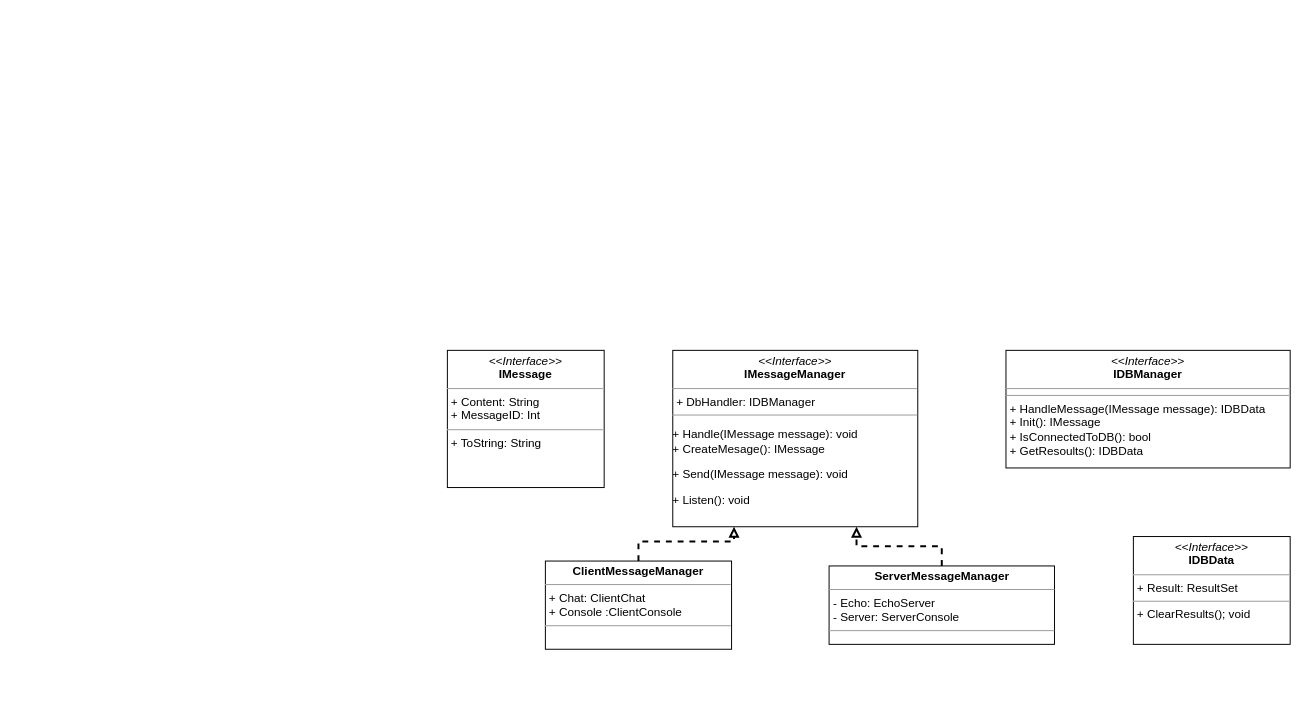
Earlier version of the draw.io diagram Task2/AllClasses.drawio (leeorkeynan/Software-engineering). Source tidied: cells renumbered, new cells numbered last; positions are measured from the earlier drawing's top-left corner, leaving out a move shared by most shapes. Both pictures are drawn from the tidied source at 98%, with x=0, y=0 at pixel (447, 350).
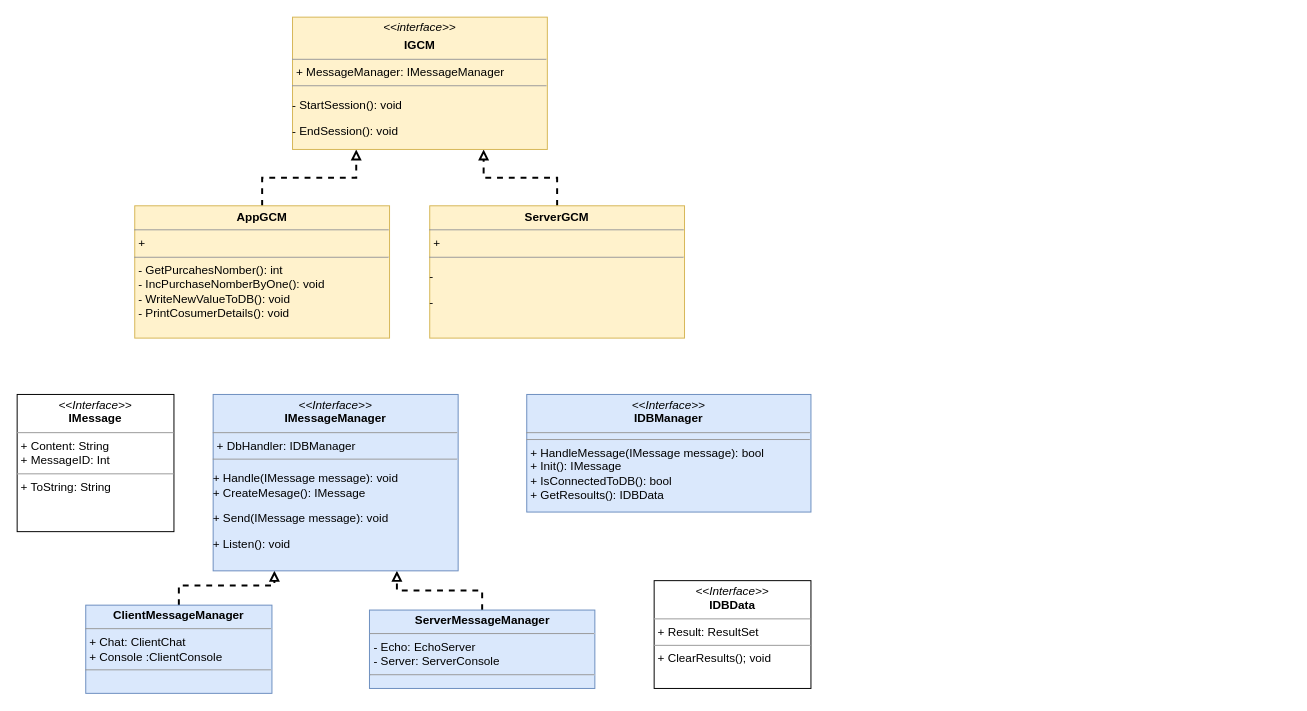
The same diagram, later.

Commit message (it also covers changes not shown here):
update - with Boundry Objects

Diff of the diagram source:
```diff
@@
 <mxGraphModel>
   <root>
     <mxCell id="0" />
     <mxCell id="1" parent="0" />
     <mxCell id="2" style="edgeStyle=orthogonalEdgeStyle;rounded=0;jettySize=auto;html=1;entryX=0.25;entryY=1;entryDx=0;entryDy=0;exitX=0.5;exitY=0;exitDx=0;exitDy=0;endArrow=block;endFill=0;dashed=1;strokeWidth=2;" parent="1" edge="1" source="5" target="9">
       <mxGeometry relative="1" as="geometry" />
     </mxCell>
     <mxCell id="3" style="edgeStyle=orthogonalEdgeStyle;rounded=0;jettySize=auto;html=1;entryX=0.75;entryY=1;entryDx=0;entryDy=0;endArrow=block;endFill=0;dashed=1;strokeWidth=2;" parent="1" edge="1" source="4" target="9">
       <mxGeometry relative="1" as="geometry" />
     </mxCell>
-    <mxCell id="4" value="&lt;p style=&quot;margin: 0px ; margin-top: 4px ; text-align: center&quot;&gt;&lt;b&gt;ServerMessageManager&lt;/b&gt;&lt;/p&gt;&lt;hr size=&quot;1&quot;&gt;&lt;p style=&quot;margin: 0px ; margin-left: 4px&quot;&gt;- Echo: EchoServer&lt;br&gt;&lt;/p&gt;&lt;p style=&quot;margin: 0px ; margin-left: 4px&quot;&gt;- Server: ServerConsole&lt;/p&gt;&lt;hr size=&quot;1&quot;&gt;" style="verticalAlign=top;align=left;overflow=fill;fontSize=12;fontFamily=Helvetica;html=1;" parent="1" vertex="1">
-      <mxGeometry x="389.5" y="220" width="230" height="80" as="geometry" />
+    <mxCell id="4" value="&lt;p style=&quot;margin: 0px ; margin-top: 4px ; text-align: center&quot;&gt;&lt;b&gt;ServerMessageManager&lt;/b&gt;&lt;/p&gt;&lt;hr size=&quot;1&quot;&gt;&lt;p style=&quot;margin: 0px ; margin-left: 4px&quot;&gt;- Echo: EchoServer&lt;br&gt;&lt;/p&gt;&lt;p style=&quot;margin: 0px ; margin-left: 4px&quot;&gt;- Server: ServerConsole&lt;/p&gt;&lt;hr size=&quot;1&quot;&gt;" style="verticalAlign=top;align=left;overflow=fill;fontSize=12;fontFamily=Helvetica;html=1;fillColor=#dae8fc;strokeColor=#6c8ebf;" parent="1" vertex="1">
+      <mxGeometry x="-79.5" y="265" width="230" height="80" as="geometry" />
     </mxCell>
-    <mxCell id="5" value="&lt;p style=&quot;margin: 0px ; margin-top: 4px ; text-align: center&quot;&gt;&lt;b&gt;ClientMessageManager&lt;/b&gt;&lt;br&gt;&lt;/p&gt;&lt;hr size=&quot;1&quot;&gt;&lt;p style=&quot;margin: 0px ; margin-left: 4px&quot;&gt;+ Chat: ClientChat&lt;/p&gt;&lt;p style=&quot;margin: 0px ; margin-left: 4px&quot;&gt;+ Console :ClientConsole&lt;br&gt;&lt;/p&gt;&lt;hr size=&quot;1&quot;&gt;&lt;p style=&quot;margin: 0px ; margin-left: 4px&quot;&gt;&lt;br&gt;&lt;/p&gt;" style="verticalAlign=top;align=left;overflow=fill;fontSize=12;fontFamily=Helvetica;html=1;" parent="1" vertex="1">
-      <mxGeometry x="100" y="215" width="190" height="90" as="geometry" />
+    <mxCell id="5" value="&lt;p style=&quot;margin: 0px ; margin-top: 4px ; text-align: center&quot;&gt;&lt;b&gt;ClientMessageManager&lt;/b&gt;&lt;br&gt;&lt;/p&gt;&lt;hr size=&quot;1&quot;&gt;&lt;p style=&quot;margin: 0px ; margin-left: 4px&quot;&gt;+ Chat: ClientChat&lt;/p&gt;&lt;p style=&quot;margin: 0px ; margin-left: 4px&quot;&gt;+ Console :ClientConsole&lt;br&gt;&lt;/p&gt;&lt;hr size=&quot;1&quot;&gt;&lt;p style=&quot;margin: 0px ; margin-left: 4px&quot;&gt;&lt;br&gt;&lt;/p&gt;" style="verticalAlign=top;align=left;overflow=fill;fontSize=12;fontFamily=Helvetica;html=1;fillColor=#dae8fc;strokeColor=#6c8ebf;" parent="1" vertex="1">
+      <mxGeometry x="-369" y="260" width="190" height="90" as="geometry" />
     </mxCell>
     <mxCell id="6" value="&lt;p style=&quot;margin: 0px ; margin-top: 4px ; text-align: center&quot;&gt;&lt;i&gt;&amp;lt;&amp;lt;Interface&amp;gt;&amp;gt;&lt;/i&gt;&lt;br&gt;&lt;b&gt;IMessage&lt;/b&gt;&lt;/p&gt;&lt;hr size=&quot;1&quot;&gt;&lt;p style=&quot;margin: 0px ; margin-left: 4px&quot;&gt;+ Content: String&lt;br&gt;+ MessageID: Int&lt;/p&gt;&lt;hr size=&quot;1&quot;&gt;&lt;p style=&quot;margin: 0px ; margin-left: 4px&quot;&gt;+ ToString: String&lt;/p&gt;" style="verticalAlign=top;align=left;overflow=fill;fontSize=12;fontFamily=Helvetica;html=1;" parent="1" vertex="1">
-      <mxGeometry width="160" height="140" as="geometry" />
+      <mxGeometry x="-439" y="45" width="160" height="140" as="geometry" />
     </mxCell>
-    <mxCell id="7" value="&lt;p style=&quot;margin: 0px ; margin-top: 4px ; text-align: center&quot;&gt;&lt;i&gt;&amp;lt;&amp;lt;Interface&amp;gt;&amp;gt;&lt;/i&gt;&lt;br&gt;&lt;b&gt;IDBManager&lt;/b&gt;&lt;/p&gt;&lt;hr size=&quot;1&quot;&gt;&lt;hr size=&quot;1&quot;&gt;&lt;p style=&quot;margin: 0px ; margin-left: 4px&quot;&gt;+ HandleMessage(IMessage message): IDBData&lt;br&gt;+ Init(): IMessage&lt;/p&gt;&lt;p style=&quot;margin: 0px ; margin-left: 4px&quot;&gt;+ IsConnectedToDB(): bool&lt;/p&gt;&lt;p style=&quot;margin: 0px ; margin-left: 4px&quot;&gt;+ GetResoults(): IDBData&lt;br&gt;&lt;/p&gt;" style="verticalAlign=top;align=left;overflow=fill;fontSize=12;fontFamily=Helvetica;html=1;" parent="1" vertex="1">
-      <mxGeometry x="570" width="290" height="120" as="geometry" />
+    <mxCell id="7" value="&lt;p style=&quot;margin: 0px ; margin-top: 4px ; text-align: center&quot;&gt;&lt;i&gt;&amp;lt;&amp;lt;Interface&amp;gt;&amp;gt;&lt;/i&gt;&lt;br&gt;&lt;b&gt;IDBManager&lt;/b&gt;&lt;/p&gt;&lt;hr size=&quot;1&quot;&gt;&lt;hr size=&quot;1&quot;&gt;&lt;p style=&quot;margin: 0px ; margin-left: 4px&quot;&gt;+ HandleMessage(IMessage message): bool&lt;br&gt;+ Init(): IMessage&lt;/p&gt;&lt;p style=&quot;margin: 0px ; margin-left: 4px&quot;&gt;+ IsConnectedToDB(): bool&lt;/p&gt;&lt;p style=&quot;margin: 0px ; margin-left: 4px&quot;&gt;+ GetResoults(): IDBData&lt;br&gt;&lt;/p&gt;" style="verticalAlign=top;align=left;overflow=fill;fontSize=12;fontFamily=Helvetica;html=1;fillColor=#dae8fc;strokeColor=#6c8ebf;" parent="1" vertex="1">
+      <mxGeometry x="81" y="45" width="290" height="120" as="geometry" />
     </mxCell>
     <mxCell id="8" value="&lt;p style=&quot;margin: 0px ; margin-top: 4px ; text-align: center&quot;&gt;&lt;i&gt;&amp;lt;&amp;lt;Interface&amp;gt;&amp;gt;&lt;/i&gt;&lt;br&gt;&lt;b&gt;IDBData&lt;/b&gt;&lt;/p&gt;&lt;hr size=&quot;1&quot;&gt;&lt;p style=&quot;margin: 0px ; margin-left: 4px&quot;&gt;+ Result: ResultSet&lt;/p&gt;&lt;hr size=&quot;1&quot;&gt;&lt;p style=&quot;margin: 0px ; margin-left: 4px&quot;&gt;+ ClearResults(); void&lt;/p&gt;&lt;p style=&quot;margin: 0px ; margin-left: 4px&quot;&gt;&lt;br&gt;&lt;/p&gt;" style="verticalAlign=top;align=left;overflow=fill;fontSize=12;fontFamily=Helvetica;html=1;" parent="1" vertex="1">
-      <mxGeometry x="700" y="190" width="160" height="110" as="geometry" />
+      <mxGeometry x="211" y="235" width="160" height="110" as="geometry" />
     </mxCell>
-    <mxCell id="9" value="&lt;p style=&quot;margin: 0px ; margin-top: 4px ; text-align: center&quot;&gt;&lt;i&gt;&amp;lt;&amp;lt;Interface&amp;gt;&amp;gt;&lt;/i&gt;&lt;br&gt;&lt;b&gt;IMessageManager&lt;/b&gt;&lt;/p&gt;&lt;hr size=&quot;1&quot;&gt;&lt;p style=&quot;margin: 0px ; margin-left: 4px&quot;&gt;+ DbHandler: IDBManager&lt;br&gt;&lt;/p&gt;&lt;hr size=&quot;1&quot;&gt;&lt;p&gt;+ Handle(IMessage message): void&lt;br&gt;+ CreateMesage(): IMessage&lt;/p&gt;&lt;p&gt;+ Send(IMessage message): void&lt;/p&gt;&lt;p&gt;+ Listen(): void&lt;/p&gt;&lt;p&gt;&lt;br&gt;&lt;/p&gt;" style="verticalAlign=top;align=left;overflow=fill;fontSize=12;fontFamily=Helvetica;html=1;" parent="1" vertex="1">
-      <mxGeometry x="230" width="250" height="180" as="geometry" />
+    <mxCell id="9" value="&lt;p style=&quot;margin: 0px ; margin-top: 4px ; text-align: center&quot;&gt;&lt;i&gt;&amp;lt;&amp;lt;Interface&amp;gt;&amp;gt;&lt;/i&gt;&lt;br&gt;&lt;b&gt;IMessageManager&lt;/b&gt;&lt;/p&gt;&lt;hr size=&quot;1&quot;&gt;&lt;p style=&quot;margin: 0px ; margin-left: 4px&quot;&gt;+ DbHandler: IDBManager&lt;br&gt;&lt;/p&gt;&lt;hr size=&quot;1&quot;&gt;&lt;p&gt;+ Handle(IMessage message): void&lt;br&gt;+ CreateMesage(): IMessage&lt;/p&gt;&lt;p&gt;+ Send(IMessage message): void&lt;/p&gt;&lt;p&gt;+ Listen(): void&lt;/p&gt;&lt;p&gt;&lt;br&gt;&lt;/p&gt;" style="verticalAlign=top;align=left;overflow=fill;fontSize=12;fontFamily=Helvetica;html=1;fillColor=#dae8fc;strokeColor=#6c8ebf;" parent="1" vertex="1">
+      <mxGeometry x="-239" y="45" width="250" height="180" as="geometry" />
     </mxCell>
+    <mxCell id="10" style="edgeStyle=orthogonalEdgeStyle;rounded=0;jettySize=auto;html=1;exitX=0.5;exitY=0;exitDx=0;exitDy=0;entryX=0.25;entryY=1;entryDx=0;entryDy=0;dashed=1;endArrow=block;endFill=0;strokeWidth=2;" parent="1" edge="1" source="11" target="14">
+      <mxGeometry relative="1" as="geometry" />
+    </mxCell>
+    <mxCell id="11" value="&lt;p style=&quot;margin: 0px ; margin-top: 4px ; text-align: center&quot;&gt;&lt;b&gt;AppGCM&lt;/b&gt;&lt;br&gt;&lt;/p&gt;&lt;hr size=&quot;1&quot;&gt;&lt;p style=&quot;margin: 0px ; margin-left: 4px&quot;&gt;+&lt;br&gt;&lt;/p&gt;&lt;hr size=&quot;1&quot;&gt;&lt;p style=&quot;margin: 0px ; margin-left: 4px&quot;&gt;- GetPurcahesNomber(): int&lt;br&gt;&lt;/p&gt;&lt;p style=&quot;margin: 0px ; margin-left: 4px&quot;&gt;- IncPurchaseNomberByOne(): void&lt;/p&gt;&lt;p style=&quot;margin: 0px ; margin-left: 4px&quot;&gt;- WriteNewValueToDB(): void&lt;/p&gt;&lt;p style=&quot;margin: 0px ; margin-left: 4px&quot;&gt;- PrintCosumerDetails(): void&lt;br&gt;&lt;/p&gt;" style="verticalAlign=top;align=left;overflow=fill;fontSize=12;fontFamily=Helvetica;html=1;fillColor=#fff2cc;strokeColor=#d6b656;" parent="1" vertex="1">
+      <mxGeometry x="-319" y="-147.5" width="260" height="135" as="geometry" />
+    </mxCell>
+    <mxCell id="12" style="edgeStyle=orthogonalEdgeStyle;rounded=0;jettySize=auto;html=1;dashed=1;endArrow=block;endFill=0;strokeWidth=2;entryX=0.75;entryY=1;entryDx=0;entryDy=0;" parent="1" edge="1" source="13" target="14">
+      <mxGeometry relative="1" as="geometry" />
+    </mxCell>
+    <mxCell id="13" value="&lt;p style=&quot;margin: 0px ; margin-top: 4px ; text-align: center&quot;&gt;&lt;b&gt;ServerGCM&lt;/b&gt;&lt;br&gt;&lt;/p&gt;&lt;hr size=&quot;1&quot;&gt;&lt;p style=&quot;margin: 0px ; margin-left: 4px&quot;&gt;+ &lt;br&gt;&lt;/p&gt;&lt;hr size=&quot;1&quot;&gt;&lt;p&gt;- &lt;br&gt;&lt;/p&gt;- " style="verticalAlign=top;align=left;overflow=fill;fontSize=12;fontFamily=Helvetica;html=1;fillColor=#fff2cc;strokeColor=#d6b656;" parent="1" vertex="1">
+      <mxGeometry x="-18" y="-147.5" width="260" height="135" as="geometry" />
+    </mxCell>
+    <mxCell id="14" value="&lt;p style=&quot;margin: 0px ; margin-top: 4px ; text-align: center&quot;&gt;&lt;i&gt;&amp;lt;&amp;lt;interface&amp;gt;&amp;gt;&lt;/i&gt;&lt;br&gt;&lt;b&gt;&lt;/b&gt;&lt;/p&gt;&lt;p style=&quot;margin: 0px ; margin-top: 4px ; text-align: center&quot;&gt;&lt;b&gt;IGCM&lt;/b&gt;&lt;br&gt;&lt;/p&gt;&lt;hr size=&quot;1&quot;&gt;&lt;p style=&quot;margin: 0px ; margin-left: 4px&quot;&gt;+ MessageManager: IMessageManager&lt;/p&gt;&lt;hr size=&quot;1&quot;&gt;&lt;p&gt;- StartSession(): void&lt;br&gt;&lt;/p&gt;&lt;p&gt;- EndSession(): void &lt;/p&gt;" style="verticalAlign=top;align=left;overflow=fill;fontSize=12;fontFamily=Helvetica;html=1;fillColor=#fff2cc;strokeColor=#d6b656;" parent="1" vertex="1">
+      <mxGeometry x="-158" y="-340" width="260" height="135" as="geometry" />
+    </mxCell>
   </root>
 </mxGraphModel>
```
